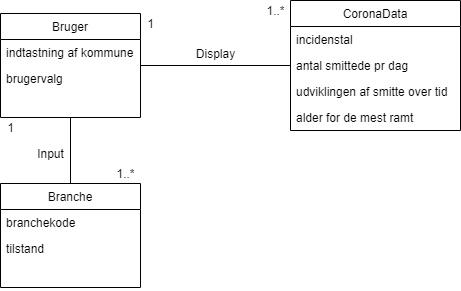
This is Filer/Domaenemodel.png from liam1523/WPF-1semGruppe5, a draw.io export, as it was before one commit. Source tidied: cells renumbered, new cells last; positions are measured from the earlier drawing's top-left corner, leaving out a move shared by most shapes. The source it was exported from:
```xml
<mxGraphModel>
  <root>
    <mxCell id="0" />
    <mxCell id="1" parent="0" />
    <mxCell id="2" style="edgeStyle=orthogonalEdgeStyle;rounded=0;jettySize=auto;html=1;endArrow=none;endFill=0;" parent="1" edge="1" source="3" target="7">
      <mxGeometry relative="1" as="geometry" />
    </mxCell>
    <mxCell id="3" value="Bruger" style="swimlane;fontStyle=0;horizontal=1;startSize=26;fillColor=none;" parent="1" vertex="1">
      <mxGeometry y="13" width="140" height="104" as="geometry" />
    </mxCell>
    <mxCell id="4" value="indtastning af kommune" style="text;strokeColor=none;fillColor=none;align=left;verticalAlign=top;spacingLeft=4;spacingRight=4;overflow=hidden;" parent="3" vertex="1">
      <mxGeometry y="26" width="140" height="26" as="geometry" />
    </mxCell>
    <mxCell id="5" value="brugervalg" style="text;strokeColor=none;fillColor=none;align=left;verticalAlign=top;spacingLeft=4;spacingRight=4;overflow=hidden;" parent="3" vertex="1">
      <mxGeometry y="52" width="140" height="26" as="geometry" />
    </mxCell>
    <mxCell id="6" value=" " style="text;strokeColor=none;fillColor=none;align=left;verticalAlign=top;spacingLeft=4;spacingRight=4;overflow=hidden;" parent="3" vertex="1">
      <mxGeometry y="78" width="140" height="26" as="geometry" />
    </mxCell>
    <mxCell id="7" value="CoronaData" style="swimlane;fontStyle=0;horizontal=1;startSize=26;fillColor=none;" parent="1" vertex="1">
      <mxGeometry x="290" width="170" height="130" as="geometry" />
    </mxCell>
    <mxCell id="8" value="incidenstal" style="text;strokeColor=none;fillColor=none;align=left;verticalAlign=top;spacingLeft=4;spacingRight=4;overflow=hidden;" parent="7" vertex="1">
      <mxGeometry y="26" width="170" height="26" as="geometry" />
    </mxCell>
    <mxCell id="9" value="antal smittede pr dag" style="text;strokeColor=none;fillColor=none;align=left;verticalAlign=top;spacingLeft=4;spacingRight=4;overflow=hidden;" parent="7" vertex="1">
      <mxGeometry y="52" width="170" height="26" as="geometry" />
    </mxCell>
    <mxCell id="10" value="udviklingen af smitte over tid" style="text;strokeColor=none;fillColor=none;align=left;verticalAlign=top;spacingLeft=4;spacingRight=4;overflow=hidden;" parent="7" vertex="1">
      <mxGeometry y="78" width="170" height="26" as="geometry" />
    </mxCell>
    <mxCell id="11" value="alder for de mest ramt" style="text;strokeColor=none;fillColor=none;align=left;verticalAlign=top;spacingLeft=4;spacingRight=4;overflow=hidden;" parent="7" vertex="1">
      <mxGeometry y="104" width="170" height="26" as="geometry" />
    </mxCell>
    <mxCell id="12" style="edgeStyle=orthogonalEdgeStyle;rounded=0;jettySize=auto;html=1;endArrow=none;endFill=0;" parent="1" edge="1" source="13" target="3">
      <mxGeometry relative="1" as="geometry" />
    </mxCell>
    <mxCell id="13" value="Branche" style="swimlane;fontStyle=0;horizontal=1;startSize=26;fillColor=none;" parent="1" vertex="1">
      <mxGeometry y="183" width="140" height="104" as="geometry" />
    </mxCell>
    <mxCell id="14" value="branchekode" style="text;strokeColor=none;fillColor=none;align=left;verticalAlign=top;spacingLeft=4;spacingRight=4;overflow=hidden;" parent="13" vertex="1">
      <mxGeometry y="26" width="140" height="26" as="geometry" />
    </mxCell>
    <mxCell id="15" value="tilstand" style="text;strokeColor=none;fillColor=none;align=left;verticalAlign=top;spacingLeft=4;spacingRight=4;overflow=hidden;" parent="13" vertex="1">
      <mxGeometry y="52" width="140" height="26" as="geometry" />
    </mxCell>
    <mxCell id="16" value=" " style="text;strokeColor=none;fillColor=none;align=left;verticalAlign=top;spacingLeft=4;spacingRight=4;overflow=hidden;" parent="13" vertex="1">
      <mxGeometry y="78" width="140" height="26" as="geometry" />
    </mxCell>
    <mxCell id="17" value="1" style="text;html=1;align=center;verticalAlign=middle;" parent="1" vertex="1">
      <mxGeometry x="140" y="13" width="20" height="20" as="geometry" />
    </mxCell>
    <mxCell id="18" value="1" style="text;html=1;align=center;verticalAlign=middle;" parent="1" vertex="1">
      <mxGeometry y="117" width="20" height="20" as="geometry" />
    </mxCell>
    <mxCell id="19" value="1..*" style="text;html=1;align=center;verticalAlign=middle;" parent="1" vertex="1">
      <mxGeometry x="110" y="163" width="30" height="20" as="geometry" />
    </mxCell>
    <mxCell id="20" value="1..*" style="text;html=1;align=center;verticalAlign=middle;" parent="1" vertex="1">
      <mxGeometry x="260" width="30" height="20" as="geometry" />
    </mxCell>
    <mxCell id="21" value="Display" style="text;html=1;align=center;verticalAlign=middle;" parent="1" vertex="1">
      <mxGeometry x="190" y="43" width="50" height="20" as="geometry" />
    </mxCell>
    <mxCell id="22" value="Input" style="text;html=1;align=center;verticalAlign=middle;" parent="1" vertex="1">
      <mxGeometry x="30" y="143" width="40" height="20" as="geometry" />
    </mxCell>
  </root>
</mxGraphModel>
```
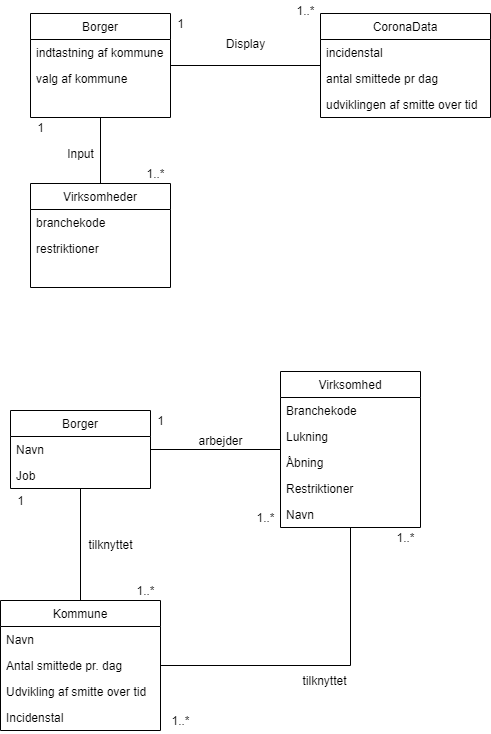
The same file after the commit.

Commit message:
ændret domænemodel

Diff of the diagram source:
```diff
@@ -5,20 +5,20 @@
     <mxCell id="2" style="edgeStyle=orthogonalEdgeStyle;rounded=0;jettySize=auto;html=1;endArrow=none;endFill=0;" parent="1" edge="1" source="3" target="7">
       <mxGeometry relative="1" as="geometry" />
     </mxCell>
-    <mxCell id="3" value="Bruger" style="swimlane;fontStyle=0;horizontal=1;startSize=26;fillColor=none;" parent="1" vertex="1">
+    <mxCell id="3" value="Borger" style="swimlane;fontStyle=0;horizontal=1;startSize=26;fillColor=none;" parent="1" vertex="1">
       <mxGeometry y="13" width="140" height="104" as="geometry" />
     </mxCell>
     <mxCell id="4" value="indtastning af kommune" style="text;strokeColor=none;fillColor=none;align=left;verticalAlign=top;spacingLeft=4;spacingRight=4;overflow=hidden;" parent="3" vertex="1">
       <mxGeometry y="26" width="140" height="26" as="geometry" />
     </mxCell>
-    <mxCell id="5" value="brugervalg" style="text;strokeColor=none;fillColor=none;align=left;verticalAlign=top;spacingLeft=4;spacingRight=4;overflow=hidden;" parent="3" vertex="1">
+    <mxCell id="5" value="valg af kommune" style="text;strokeColor=none;fillColor=none;align=left;verticalAlign=top;spacingLeft=4;spacingRight=4;overflow=hidden;" parent="3" vertex="1">
       <mxGeometry y="52" width="140" height="26" as="geometry" />
     </mxCell>
     <mxCell id="6" value=" " style="text;strokeColor=none;fillColor=none;align=left;verticalAlign=top;spacingLeft=4;spacingRight=4;overflow=hidden;" parent="3" vertex="1">
       <mxGeometry y="78" width="140" height="26" as="geometry" />
     </mxCell>
     <mxCell id="7" value="CoronaData" style="swimlane;fontStyle=0;horizontal=1;startSize=26;fillColor=none;" parent="1" vertex="1">
-      <mxGeometry x="290" width="170" height="130" as="geometry" />
+      <mxGeometry x="290" y="13" width="170" height="104" as="geometry" />
     </mxCell>
     <mxCell id="8" value="incidenstal" style="text;strokeColor=none;fillColor=none;align=left;verticalAlign=top;spacingLeft=4;spacingRight=4;overflow=hidden;" parent="7" vertex="1">
       <mxGeometry y="26" width="170" height="26" as="geometry" />
@@ -29,19 +29,16 @@
     <mxCell id="10" value="udviklingen af smitte over tid" style="text;strokeColor=none;fillColor=none;align=left;verticalAlign=top;spacingLeft=4;spacingRight=4;overflow=hidden;" parent="7" vertex="1">
       <mxGeometry y="78" width="170" height="26" as="geometry" />
     </mxCell>
-    <mxCell id="11" value="alder for de mest ramt" style="text;strokeColor=none;fillColor=none;align=left;verticalAlign=top;spacingLeft=4;spacingRight=4;overflow=hidden;" parent="7" vertex="1">
-      <mxGeometry y="104" width="170" height="26" as="geometry" />
-    </mxCell>
     <mxCell id="12" style="edgeStyle=orthogonalEdgeStyle;rounded=0;jettySize=auto;html=1;endArrow=none;endFill=0;" parent="1" edge="1" source="13" target="3">
       <mxGeometry relative="1" as="geometry" />
     </mxCell>
-    <mxCell id="13" value="Branche" style="swimlane;fontStyle=0;horizontal=1;startSize=26;fillColor=none;" parent="1" vertex="1">
+    <mxCell id="13" value="Virksomheder" style="swimlane;fontStyle=0;horizontal=1;startSize=26;fillColor=none;" parent="1" vertex="1">
       <mxGeometry y="183" width="140" height="104" as="geometry" />
     </mxCell>
     <mxCell id="14" value="branchekode" style="text;strokeColor=none;fillColor=none;align=left;verticalAlign=top;spacingLeft=4;spacingRight=4;overflow=hidden;" parent="13" vertex="1">
       <mxGeometry y="26" width="140" height="26" as="geometry" />
     </mxCell>
-    <mxCell id="15" value="tilstand" style="text;strokeColor=none;fillColor=none;align=left;verticalAlign=top;spacingLeft=4;spacingRight=4;overflow=hidden;" parent="13" vertex="1">
+    <mxCell id="15" value="restriktioner" style="text;strokeColor=none;fillColor=none;align=left;verticalAlign=top;spacingLeft=4;spacingRight=4;overflow=hidden;" parent="13" vertex="1">
       <mxGeometry y="52" width="140" height="26" as="geometry" />
     </mxCell>
     <mxCell id="16" value=" " style="text;strokeColor=none;fillColor=none;align=left;verticalAlign=top;spacingLeft=4;spacingRight=4;overflow=hidden;" parent="13" vertex="1">
@@ -60,10 +57,88 @@
       <mxGeometry x="260" width="30" height="20" as="geometry" />
     </mxCell>
     <mxCell id="21" value="Display" style="text;html=1;align=center;verticalAlign=middle;" parent="1" vertex="1">
-      <mxGeometry x="190" y="43" width="50" height="20" as="geometry" />
+      <mxGeometry x="190" y="33" width="50" height="20" as="geometry" />
     </mxCell>
     <mxCell id="22" value="Input" style="text;html=1;align=center;verticalAlign=middle;" parent="1" vertex="1">
       <mxGeometry x="30" y="143" width="40" height="20" as="geometry" />
     </mxCell>
+    <mxCell id="23" style="edgeStyle=orthogonalEdgeStyle;rounded=0;jettySize=auto;html=1;exitX=0.5;exitY=1;exitDx=0;exitDy=0;entryX=0.5;entryY=0;entryDx=0;entryDy=0;endArrow=none;endFill=0;" parent="1" edge="1" source="24" target="28">
+      <mxGeometry relative="1" as="geometry" />
+    </mxCell>
+    <mxCell id="24" value="Borger" style="swimlane;fontStyle=0;horizontal=1;startSize=26;fillColor=none;" parent="1" vertex="1">
+      <mxGeometry x="-20" y="410" width="140" height="78" as="geometry" />
+    </mxCell>
+    <mxCell id="25" value="Navn" style="text;strokeColor=none;fillColor=none;align=left;verticalAlign=top;spacingLeft=4;spacingRight=4;overflow=hidden;points=[[0,0.5],[1,0.5]];portConstraint=eastwest;" parent="24" vertex="1">
+      <mxGeometry y="26" width="140" height="26" as="geometry" />
+    </mxCell>
+    <mxCell id="26" value="Job" style="text;strokeColor=none;fillColor=none;align=left;verticalAlign=top;spacingLeft=4;spacingRight=4;overflow=hidden;" parent="24" vertex="1">
+      <mxGeometry y="52" width="140" height="26" as="geometry" />
+    </mxCell>
+    <mxCell id="27" style="edgeStyle=orthogonalEdgeStyle;rounded=0;jettySize=auto;html=1;entryX=0.5;entryY=1;entryDx=0;entryDy=0;endArrow=none;endFill=0;" parent="1" edge="1" source="28" target="33">
+      <mxGeometry relative="1" as="geometry" />
+    </mxCell>
+    <mxCell id="28" value="Kommune" style="swimlane;fontStyle=0;horizontal=1;startSize=26;fillColor=none;" parent="1" vertex="1">
+      <mxGeometry x="-30" y="600" width="160" height="130" as="geometry" />
+    </mxCell>
+    <mxCell id="29" value="Navn" style="text;strokeColor=none;fillColor=none;align=left;verticalAlign=top;spacingLeft=4;spacingRight=4;overflow=hidden;" parent="28" vertex="1">
+      <mxGeometry y="26" width="160" height="26" as="geometry" />
+    </mxCell>
+    <mxCell id="30" value="Antal smittede pr. dag" style="text;strokeColor=none;fillColor=none;align=left;verticalAlign=top;spacingLeft=4;spacingRight=4;overflow=hidden;" parent="28" vertex="1">
+      <mxGeometry y="52" width="160" height="26" as="geometry" />
+    </mxCell>
+    <mxCell id="31" value="Udvikling af smitte over tid" style="text;strokeColor=none;fillColor=none;align=left;verticalAlign=top;spacingLeft=4;spacingRight=4;overflow=hidden;" parent="28" vertex="1">
+      <mxGeometry y="78" width="160" height="26" as="geometry" />
+    </mxCell>
+    <mxCell id="32" value="Incidenstal" style="text;strokeColor=none;fillColor=none;align=left;verticalAlign=top;spacingLeft=4;spacingRight=4;overflow=hidden;" parent="28" vertex="1">
+      <mxGeometry y="104" width="160" height="26" as="geometry" />
+    </mxCell>
+    <mxCell id="33" value="Virksomhed" style="swimlane;fontStyle=0;horizontal=1;startSize=26;fillColor=none;" parent="1" vertex="1">
+      <mxGeometry x="250" y="371" width="140" height="156" as="geometry" />
+    </mxCell>
+    <mxCell id="34" value="Branchekode" style="text;strokeColor=none;fillColor=none;align=left;verticalAlign=top;spacingLeft=4;spacingRight=4;overflow=hidden;" parent="33" vertex="1">
+      <mxGeometry y="26" width="140" height="26" as="geometry" />
+    </mxCell>
+    <mxCell id="35" value="Lukning" style="text;strokeColor=none;fillColor=none;align=left;verticalAlign=top;spacingLeft=4;spacingRight=4;overflow=hidden;" parent="33" vertex="1">
+      <mxGeometry y="52" width="140" height="26" as="geometry" />
+    </mxCell>
+    <mxCell id="36" value="Åbning" style="text;strokeColor=none;fillColor=none;align=left;verticalAlign=top;spacingLeft=4;spacingRight=4;overflow=hidden;" parent="33" vertex="1">
+      <mxGeometry y="78" width="140" height="26" as="geometry" />
+    </mxCell>
+    <mxCell id="37" value="Restriktioner" style="text;strokeColor=none;fillColor=none;align=left;verticalAlign=top;spacingLeft=4;spacingRight=4;overflow=hidden;" parent="33" vertex="1">
+      <mxGeometry y="104" width="140" height="26" as="geometry" />
+    </mxCell>
+    <mxCell id="38" value="Navn" style="text;strokeColor=none;fillColor=none;align=left;verticalAlign=top;spacingLeft=4;spacingRight=4;overflow=hidden;" parent="33" vertex="1">
+      <mxGeometry y="130" width="140" height="26" as="geometry" />
+    </mxCell>
+    <mxCell id="39" style="edgeStyle=orthogonalEdgeStyle;rounded=0;jettySize=auto;html=1;endArrow=none;endFill=0;" parent="1" edge="1" source="25" target="33">
+      <mxGeometry relative="1" as="geometry" />
+    </mxCell>
+    <mxCell id="40" value="1" style="text;html=1;align=center;verticalAlign=middle;" parent="1" vertex="1">
+      <mxGeometry x="120" y="410" width="20" height="20" as="geometry" />
+    </mxCell>
+    <mxCell id="41" value="1..*" style="text;html=1;align=center;verticalAlign=middle;" parent="1" vertex="1">
+      <mxGeometry x="220" y="507" width="30" height="20" as="geometry" />
+    </mxCell>
+    <mxCell id="42" value="1" style="text;html=1;align=center;verticalAlign=middle;" parent="1" vertex="1">
+      <mxGeometry x="-20" y="490" width="20" height="20" as="geometry" />
+    </mxCell>
+    <mxCell id="43" value="1..*" style="text;html=1;align=center;verticalAlign=middle;" parent="1" vertex="1">
+      <mxGeometry x="100" y="580" width="30" height="20" as="geometry" />
+    </mxCell>
+    <mxCell id="44" value="1..*" style="text;html=1;align=center;verticalAlign=middle;" parent="1" vertex="1">
+      <mxGeometry x="135" y="710" width="30" height="20" as="geometry" />
+    </mxCell>
+    <mxCell id="45" value="1..*" style="text;html=1;align=center;verticalAlign=middle;" parent="1" vertex="1">
+      <mxGeometry x="360" y="527" width="30" height="20" as="geometry" />
+    </mxCell>
+    <mxCell id="46" value="tilknyttet" style="text;html=1;align=center;verticalAlign=middle;" parent="1" vertex="1">
+      <mxGeometry x="264" y="670" width="60" height="20" as="geometry" />
+    </mxCell>
+    <mxCell id="47" value="tilknyttet" style="text;html=1;align=center;verticalAlign=middle;" parent="1" vertex="1">
+      <mxGeometry x="50" y="534" width="60" height="20" as="geometry" />
+    </mxCell>
+    <mxCell id="48" value="arbejder" style="text;html=1;align=center;verticalAlign=middle;" parent="1" vertex="1">
+      <mxGeometry x="160" y="430" width="60" height="20" as="geometry" />
+    </mxCell>
   </root>
 </mxGraphModel>
```
